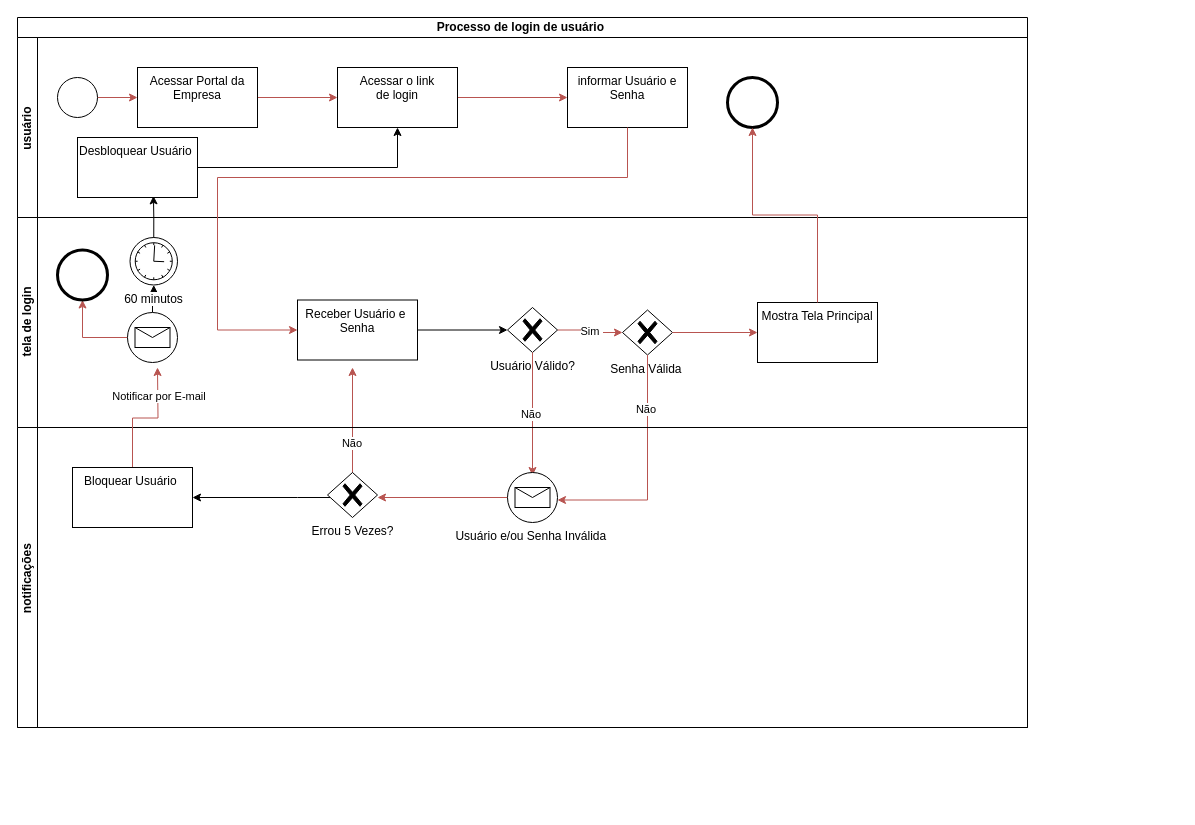
The draw.io diagram Diagrama sem nome.drawio in joaomaiavn/Jogo-Secreto, before the edit. Source tidied: cells renumbered, new cells numbered last; positions are measured from the earlier drawing's top-left corner, leaving out a move shared by most shapes. Both pictures are drawn from the tidied source at 100%, with x=0, y=0 at pixel (17, 17).
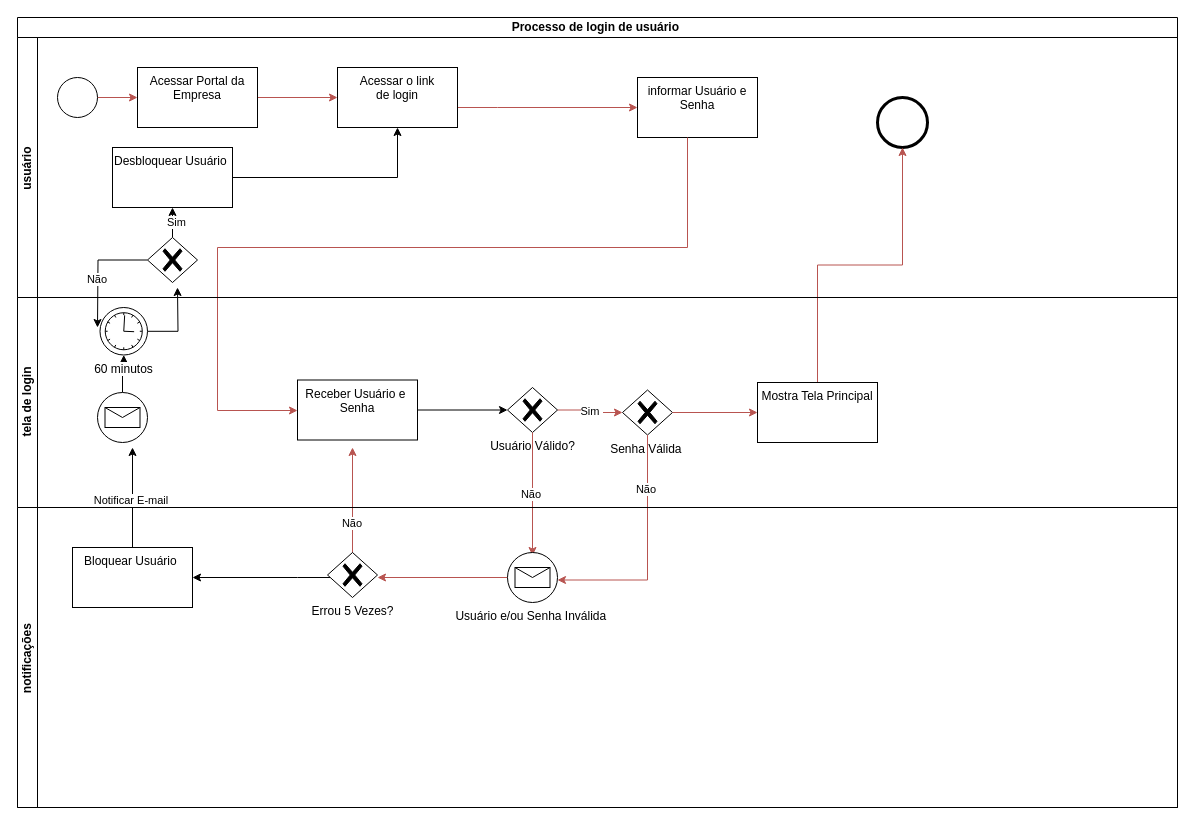
The same diagram, later.

The change refers to these unchanged cells:
```xml
<mxCell id="9" value="Acessar o link&lt;div&gt;de login&lt;/div&gt;&lt;div&gt;&lt;br&gt;&lt;/div&gt;" style="whiteSpace=wrap;html=1;verticalAlign=top;labelBackgroundColor=#ffffff;" parent="3" vertex="1">
  <mxGeometry x="320" y="30" width="120" height="60" as="geometry" />
</mxCell>
<mxCell id="15" value="Receber Usuário e&amp;nbsp;&lt;div&gt;Senha&lt;/div&gt;" style="whiteSpace=wrap;html=1;verticalAlign=top;labelBackgroundColor=#ffffff;" parent="14" vertex="1">
  <mxGeometry x="280" y="82.5" width="120" height="60" as="geometry" />
</mxCell>
<mxCell id="16" value="Mostra Tela Principal" style="whiteSpace=wrap;html=1;verticalAlign=top;labelBackgroundColor=#ffffff;" parent="14" vertex="1">
  <mxGeometry x="740" y="85" width="120" height="60" as="geometry" />
</mxCell>
<mxCell id="43" value="Bloquear Usuário&amp;nbsp;" style="whiteSpace=wrap;html=1;verticalAlign=top;labelBackgroundColor=#ffffff;" parent="37" vertex="1">
  <mxGeometry x="55" y="40" width="120" height="60" as="geometry" />
</mxCell>
```

Change to the diagram source:
```diff
@@
     <mxCell id="2" value="Processo de login de usuário&amp;nbsp;" style="swimlane;html=1;horizontal=1;startSize=20;whiteSpace=wrap;" parent="1" vertex="1">
-      <mxGeometry width="1010" height="710" as="geometry" />
+      <mxGeometry width="1160" height="790" as="geometry" />
     </mxCell>
     <mxCell id="3" value="usuário&amp;nbsp;" style="swimlane;html=1;startSize=20;horizontal=0;" parent="2" vertex="1">
-      <mxGeometry y="20" width="1010" height="180" as="geometry" />
+      <mxGeometry y="20" width="1160" height="260" as="geometry" />
     </mxCell>
@@
     <mxCell id="8" style="edgeStyle=orthogonalEdgeStyle;rounded=0;jettySize=auto;html=1;entryX=0;entryY=0.5;entryDx=0;entryDy=0;fillColor=#f8cecc;strokeColor=#b85450;" parent="3" edge="1" source="9" target="10">
-      <mxGeometry relative="1" as="geometry" />
+      <mxGeometry relative="1" as="geometry">
+        <Array as="points">
+          <mxPoint x="480" y="70" />
+          <mxPoint x="480" y="70" />
+        </Array>
+      </mxGeometry>
     </mxCell>
@@
     <mxCell id="10" value="informar Usuário e Senha" style="whiteSpace=wrap;html=1;verticalAlign=top;labelBackgroundColor=#ffffff;" parent="3" vertex="1">
-      <mxGeometry x="550" y="30" width="120" height="60" as="geometry" />
+      <mxGeometry x="620" y="40" width="120" height="60" as="geometry" />
     </mxCell>
     <mxCell id="11" style="points=[[0.145,0.145,0],[0.5,0,0],[0.855,0.145,0],[1,0.5,0],[0.855,0.855,0],[0.5,1,0],[0.145,0.855,0],[0,0.5,0]];shape=mxgraph.bpmn.event;html=1;verticalLabelPosition=bottom;labelBackgroundColor=#ffffff;verticalAlign=top;align=center;perimeter=ellipsePerimeter;outlineConnect=0;outline=end;symbol=terminate2;" parent="3" vertex="1">
-      <mxGeometry x="710" y="40" width="50" height="50" as="geometry" />
+      <mxGeometry x="860" y="60" width="50" height="50" as="geometry" />
     </mxCell>
@@
     <mxCell id="13" value="Desbloquear Usuário&amp;nbsp;" style="whiteSpace=wrap;html=1;verticalAlign=top;labelBackgroundColor=#ffffff;" parent="3" vertex="1">
-      <mxGeometry x="60" y="100" width="120" height="60" as="geometry" />
+      <mxGeometry x="95" y="110" width="120" height="60" as="geometry" />
     </mxCell>
+    <mxCell id="45" style="edgeStyle=orthogonalEdgeStyle;rounded=0;jettySize=auto;html=1;" parent="3" edge="1" source="49">
+      <mxGeometry relative="1" as="geometry">
+        <mxPoint x="80" y="290" as="targetPoint" />
+      </mxGeometry>
+    </mxCell>
+    <mxCell id="46" value="Não&amp;nbsp;" style="edgeLabel;html=1;align=center;verticalAlign=middle;" parent="45" vertex="1">
+      <mxGeometry x="0.18" relative="1" as="geometry" />
+    </mxCell>
+    <mxCell id="47" style="edgeStyle=orthogonalEdgeStyle;rounded=0;jettySize=auto;html=1;" parent="3" edge="1" source="49" target="13">
+      <mxGeometry relative="1" as="geometry" />
+    </mxCell>
+    <mxCell id="48" value="Sim" style="edgeLabel;html=1;align=center;verticalAlign=middle;" parent="47" vertex="1">
+      <mxGeometry x="-0.38" y="-2" relative="1" as="geometry">
+        <mxPoint x="1" as="offset" />
+      </mxGeometry>
+    </mxCell>
+    <mxCell id="49" style="points=[[0.25,0.25,0],[0.5,0,0],[0.75,0.25,0],[1,0.5,0],[0.75,0.75,0],[0.5,1,0],[0.25,0.75,0],[0,0.5,0]];shape=mxgraph.bpmn.gateway2;html=1;verticalLabelPosition=bottom;labelBackgroundColor=#ffffff;verticalAlign=top;align=center;perimeter=rhombusPerimeter;outlineConnect=0;outline=none;symbol=none;gwType=exclusive;direction=east;" parent="3" vertex="1">
+      <mxGeometry x="130" y="200" width="50" height="45" as="geometry" />
+    </mxCell>
+    <mxCell id="35" style="edgeStyle=orthogonalEdgeStyle;rounded=0;jettySize=auto;html=1;fillColor=#f8cecc;strokeColor=#b85450;" parent="2" edge="1" source="10" target="15">
+      <mxGeometry relative="1" as="geometry">
+        <Array as="points">
+          <mxPoint x="670" y="230" />
+          <mxPoint x="200" y="230" />
+          <mxPoint x="200" y="393" />
+        </Array>
+      </mxGeometry>
+    </mxCell>
+    <mxCell id="36" style="edgeStyle=orthogonalEdgeStyle;rounded=0;jettySize=auto;html=1;entryX=0.5;entryY=1;entryDx=0;entryDy=0;entryPerimeter=0;fillColor=#f8cecc;strokeColor=#b85450;" parent="2" edge="1" source="16" target="11">
+      <mxGeometry relative="1" as="geometry" />
+    </mxCell>
     <mxCell id="14" value="tela de login" style="swimlane;html=1;startSize=20;horizontal=0;" parent="2" vertex="1">
-      <mxGeometry y="200" width="1010" height="210" as="geometry" />
+      <mxGeometry y="280" width="1160" height="210" as="geometry" />
     </mxCell>
@@
-    <mxCell id="30" style="edgeStyle=orthogonalEdgeStyle;rounded=0;jettySize=auto;html=1;fillColor=#f8cecc;strokeColor=#b85450;" parent="14" edge="1" source="32" target="33">
-      <mxGeometry relative="1" as="geometry" />
-    </mxCell>
@@
     <mxCell id="32" style="points=[[0.145,0.145,0],[0.5,0,0],[0.855,0.145,0],[1,0.5,0],[0.855,0.855,0],[0.5,1,0],[0.145,0.855,0],[0,0.5,0]];shape=mxgraph.bpmn.event;html=1;verticalLabelPosition=bottom;labelBackgroundColor=#ffffff;verticalAlign=top;align=center;perimeter=ellipsePerimeter;outlineConnect=0;outline=standard;symbol=message;" parent="14" vertex="1">
-      <mxGeometry x="110" y="95" width="50" height="50" as="geometry" />
+      <mxGeometry x="80" y="95" width="50" height="50" as="geometry" />
     </mxCell>
-    <mxCell id="33" style="points=[[0.145,0.145,0],[0.5,0,0],[0.855,0.145,0],[1,0.5,0],[0.855,0.855,0],[0.5,1,0],[0.145,0.855,0],[0,0.5,0]];shape=mxgraph.bpmn.event;html=1;verticalLabelPosition=bottom;labelBackgroundColor=#ffffff;verticalAlign=top;align=center;perimeter=ellipsePerimeter;outlineConnect=0;outline=end;symbol=terminate2;" parent="14" vertex="1">
-      <mxGeometry x="40" y="32.5" width="50" height="50" as="geometry" />
-    </mxCell>
+    <mxCell id="50" style="edgeStyle=orthogonalEdgeStyle;rounded=0;jettySize=auto;html=1;" parent="14" edge="1" source="34">
+      <mxGeometry relative="1" as="geometry">
+        <mxPoint x="160" y="-10" as="targetPoint" />
+      </mxGeometry>
+    </mxCell>
     <mxCell id="34" value="60 minutos" style="points=[[0.145,0.145,0],[0.5,0,0],[0.855,0.145,0],[1,0.5,0],[0.855,0.855,0],[0.5,1,0],[0.145,0.855,0],[0,0.5,0]];shape=mxgraph.bpmn.event;html=1;verticalLabelPosition=bottom;labelBackgroundColor=#ffffff;verticalAlign=top;align=center;perimeter=ellipsePerimeter;outlineConnect=0;outline=standard;symbol=timer;" parent="14" vertex="1">
-      <mxGeometry x="112.5" y="20" width="47.5" height="47.5" as="geometry" />
+      <mxGeometry x="82.5" y="10" width="47.5" height="47.5" as="geometry" />
     </mxCell>
-    <mxCell id="35" style="edgeStyle=orthogonalEdgeStyle;rounded=0;jettySize=auto;html=1;fillColor=#f8cecc;strokeColor=#b85450;" parent="2" edge="1" source="10" target="15">
-      <mxGeometry relative="1" as="geometry">
-        <Array as="points">
-          <mxPoint x="610" y="160" />
-          <mxPoint x="200" y="160" />
-        </Array>
-      </mxGeometry>
-    </mxCell>
-    <mxCell id="36" style="edgeStyle=orthogonalEdgeStyle;rounded=0;jettySize=auto;html=1;entryX=0.5;entryY=1;entryDx=0;entryDy=0;entryPerimeter=0;fillColor=#f8cecc;strokeColor=#b85450;" parent="2" edge="1" source="16" target="11">
-      <mxGeometry relative="1" as="geometry" />
-    </mxCell>
     <mxCell id="37" value="notificações&amp;nbsp;" style="swimlane;html=1;startSize=20;horizontal=0;" parent="2" vertex="1">
-      <mxGeometry y="410" width="1010" height="300" as="geometry" />
+      <mxGeometry y="490" width="1160" height="300" as="geometry" />
     </mxCell>
@@
-    <mxCell id="41" style="edgeStyle=orthogonalEdgeStyle;rounded=0;jettySize=auto;html=1;fillColor=#f8cecc;strokeColor=#b85450;" parent="37" edge="1" source="43">
-      <mxGeometry relative="1" as="geometry">
-        <mxPoint x="140" y="-60" as="targetPoint" />
-      </mxGeometry>
-    </mxCell>
-    <mxCell id="42" value="Notificar por E-mail&amp;nbsp;" style="edgeLabel;html=1;align=center;verticalAlign=middle;" parent="41" vertex="1">
-      <mxGeometry x="0.54" y="-2" relative="1" as="geometry" />
-    </mxCell>
+    <mxCell id="51" style="edgeStyle=orthogonalEdgeStyle;rounded=0;jettySize=auto;html=1;" parent="37" edge="1" source="43">
+      <mxGeometry relative="1" as="geometry">
+        <mxPoint x="115" y="-60" as="targetPoint" />
+      </mxGeometry>
+    </mxCell>
+    <mxCell id="52" value="Notificar E-mail&amp;nbsp;" style="edgeLabel;html=1;align=center;verticalAlign=middle;" parent="51" vertex="1">
+      <mxGeometry x="-0.04" y="1" relative="1" as="geometry" />
+    </mxCell>
@@
-    <mxCell id="44" style="edgeStyle=orthogonalEdgeStyle;rounded=0;jettySize=auto;html=1;entryX=0.633;entryY=0.973;entryDx=0;entryDy=0;entryPerimeter=0;" parent="2" edge="1" source="34" target="13">
-      <mxGeometry relative="1" as="geometry" />
-    </mxCell>
```
